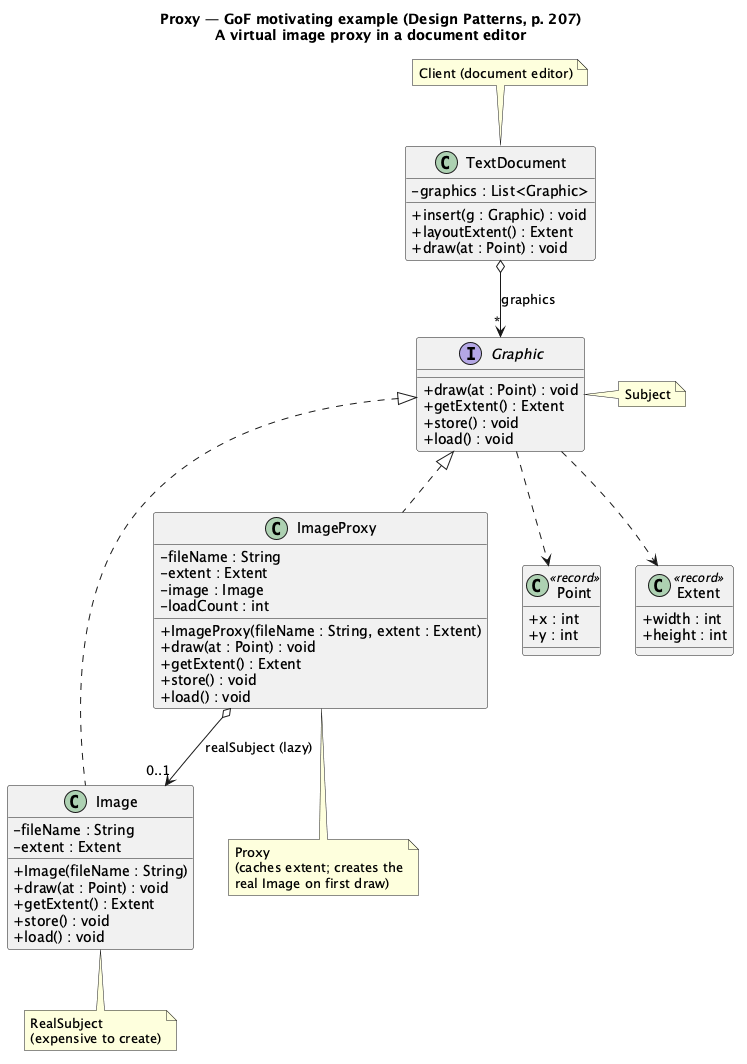
kaldiroglu/DesignPatternsWithJava keeps this PlantUML diagram as src/main/java/dev/kaldiroglu/dp/structural/proxy/gof/uml/Proxy-GoF.png. Above is the earlier version.
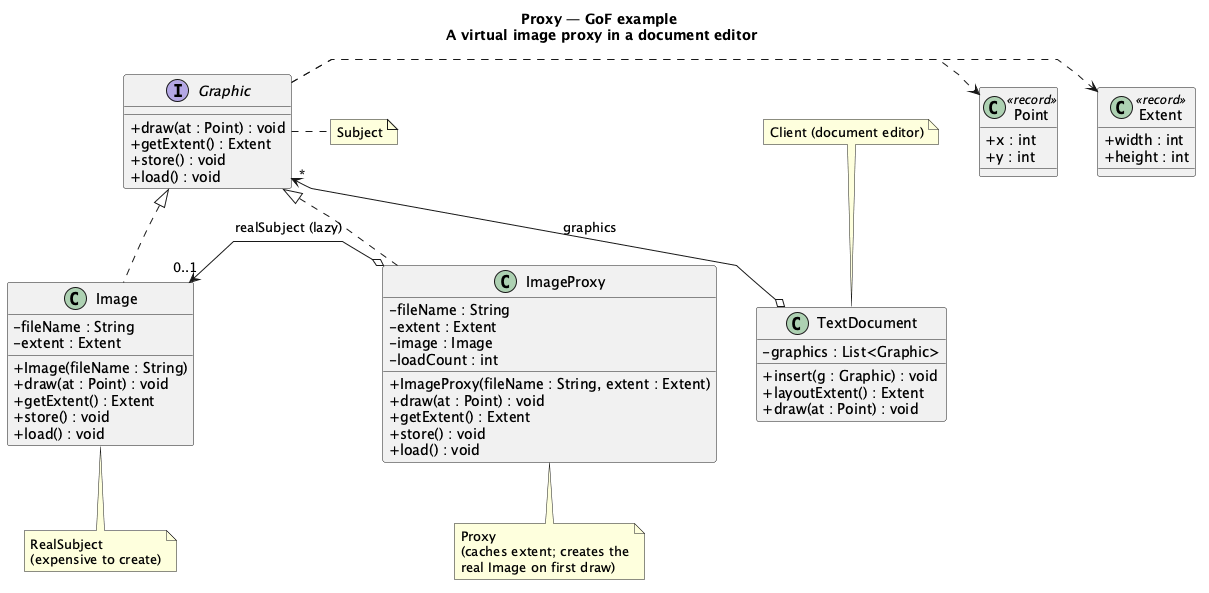
After the commit.

The edit, as a diff of the source:
```diff
@@ -1,6 +1,15 @@
-@startuml Proxy-GoF
+@startuml
+skinparam nodesep 40
+skinparam class {
+  BackgroundColor<<spacer>> transparent
+  BorderColor<<spacer>> transparent
+  FontColor<<spacer>> transparent
+}
+hide <<spacer>> stereotype
+hide <<spacer>> circle
+skinparam linetype polyline
 skinparam classAttributeIconSize 0
-title Proxy — GoF motivating example (Design Patterns, p. 207)\nA virtual image proxy in a document editor
+title Proxy — GoF example \nA virtual image proxy in a document editor
 
 interface Graphic {
   + draw(at : Point) : void
@@ -54,9 +63,15 @@
 
 Graphic <|.. Image
 Graphic <|.. ImageProxy
-ImageProxy o--> "0..1" Image : realSubject (lazy)
-TextDocument o--> "*" Graphic : graphics
-Graphic ..> Point
-Graphic ..> Extent
 
+ImageProxy o-[norank]-> "0..1" Image : realSubject (lazy)
+TextDocument o-[norank]-> "*" Graphic : graphics
+Graphic .[norank].> Point
+Graphic .[norank].> Extent
+Graphic -[hidden]- Image
+Graphic -[hidden]- ImageProxy
+class " " as Spacer51 <<spacer>>
+Graphic -[hidden]- Spacer51
+Image -[hidden]right- Spacer51
+Spacer51 -[hidden]right- ImageProxy
 @enduml
```
